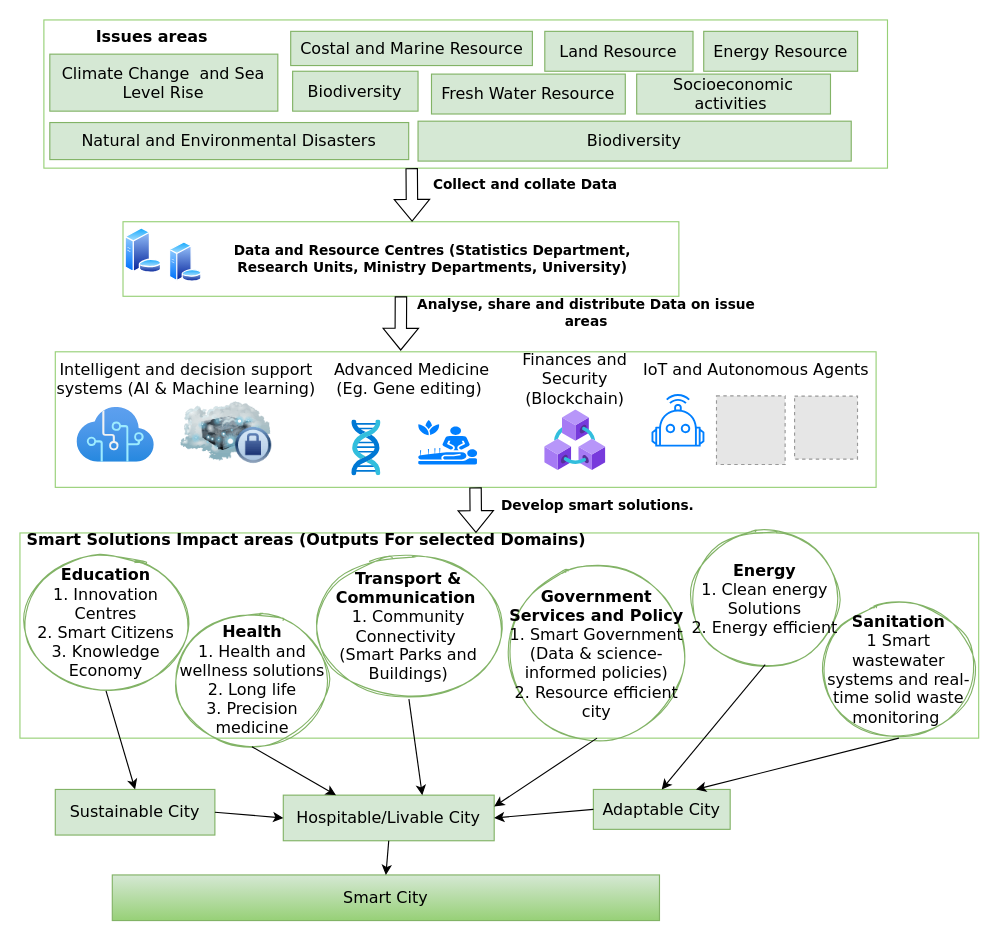
Kibolabs/Diagrams keeps this draw.io diagram as page "BarbudaSmart" (2 of 2) of SystemReasoningOverview.drawio. Above is the earlier version. Source tidied: cells renumbered, new cells numbered last; positions are measured from the earlier drawing's top-left corner, leaving out a move shared by most shapes. Both pictures are drawn from the tidied source at 114%, with x=0, y=0 at pixel (19, 19). Pictures stored in the file or linked from it are replaced by grey dashed boxes.
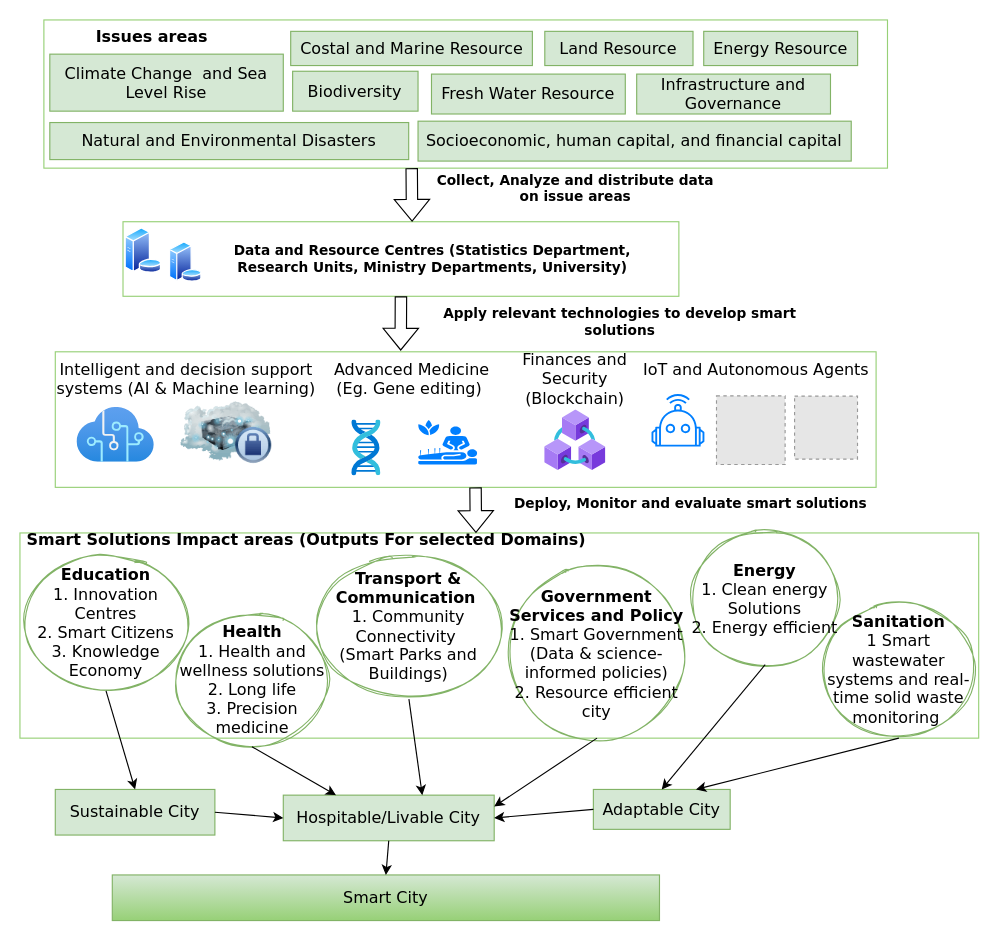
Above is the later version.

The edit, as a diff of the source:
```diff
@@
     <mxCell id="6" value="Climate Change &amp;nbsp;and Sea Level Rise" style="rounded=0;whiteSpace=wrap;html=1;fontFamily=Verdana;fontSize=14;fillColor=#d5e8d4;strokeColor=#82b366;" parent="1" vertex="1">
-      <mxGeometry x="26.2" y="30" width="200" height="50" as="geometry" />
+      <mxGeometry x="26.2" y="30" width="204.8" height="50" as="geometry" />
     </mxCell>
@@
     <mxCell id="14" value="Land Resource" style="rounded=0;whiteSpace=wrap;html=1;fontFamily=Verdana;fontSize=14;fillColor=#d5e8d4;strokeColor=#82b366;" parent="1" vertex="1">
-      <mxGeometry x="460.4" y="10" width="130" height="35" as="geometry" />
+      <mxGeometry x="460.4" y="10" width="130" height="30" as="geometry" />
     </mxCell>
     <mxCell id="15" value="Energy Resource" style="rounded=0;whiteSpace=wrap;html=1;fontFamily=Verdana;fontSize=14;fillColor=#d5e8d4;strokeColor=#82b366;" parent="1" vertex="1">
-      <mxGeometry x="599.8" y="10" width="135" height="35" as="geometry" />
+      <mxGeometry x="599.8" y="10" width="135" height="30" as="geometry" />
     </mxCell>
@@
-    <mxCell id="17" value="Socioeconomic activities&amp;nbsp;" style="rounded=0;whiteSpace=wrap;html=1;fontFamily=Verdana;fontSize=14;fillColor=#d5e8d4;strokeColor=#82b366;" parent="1" vertex="1">
+    <mxCell id="17" value="Infrastructure and Governance" style="rounded=0;whiteSpace=wrap;html=1;fontFamily=Verdana;fontSize=14;fillColor=#d5e8d4;strokeColor=#82b366;" parent="1" vertex="1">
       <mxGeometry x="541" y="47.5" width="170" height="35" as="geometry" />
     </mxCell>
@@
-    <mxCell id="53" value="Collect and collate Data" style="text;html=1;strokeColor=none;fillColor=none;align=center;verticalAlign=middle;whiteSpace=wrap;rounded=0;fontFamily=Verdana;fontStyle=1;" parent="1" vertex="1">
-      <mxGeometry x="326" y="130" width="235" height="30" as="geometry" />
+    <mxCell id="53" value="Collect, Analyze and distribute data on issue areas&lt;br&gt;&amp;nbsp;" style="text;html=1;strokeColor=none;fillColor=none;align=center;verticalAlign=middle;whiteSpace=wrap;rounded=0;fontFamily=Verdana;fontStyle=1;" parent="1" vertex="1">
+      <mxGeometry x="356" y="140" width="262.5" height="30" as="geometry" />
     </mxCell>
-    <mxCell id="54" value="Analyse, share and distribute Data on issue areas" style="text;html=1;strokeColor=none;fillColor=none;align=center;verticalAlign=middle;whiteSpace=wrap;rounded=0;fontFamily=Verdana;fontStyle=1;" parent="1" vertex="1">
-      <mxGeometry x="341" y="242.3" width="311.8" height="30" as="geometry" />
-    </mxCell>
-    <mxCell id="55" value="Develop smart solutions." style="text;html=1;strokeColor=none;fillColor=none;align=center;verticalAlign=middle;whiteSpace=wrap;rounded=0;fontFamily=Verdana;fontStyle=1;" parent="1" vertex="1">
-      <mxGeometry x="412.5" y="411.1" width="187.5" height="30" as="geometry" />
+    <mxCell id="55" value="Deploy, Monitor and evaluate smart solutions" style="text;html=1;strokeColor=none;fillColor=none;align=center;verticalAlign=middle;whiteSpace=wrap;rounded=0;fontFamily=Verdana;fontStyle=1;" parent="1" vertex="1">
+      <mxGeometry x="426.2" y="410" width="324.8" height="30" as="geometry" />
     </mxCell>
-    <mxCell id="56" value="Biodiversity" style="rounded=0;whiteSpace=wrap;html=1;fontFamily=Verdana;fontSize=14;fillColor=#d5e8d4;strokeColor=#82b366;" parent="1" vertex="1">
+    <mxCell id="56" value="Socioeconomic, human capital, and financial capital" style="rounded=0;whiteSpace=wrap;html=1;fontFamily=Verdana;fontSize=14;fillColor=#d5e8d4;strokeColor=#82b366;" parent="1" vertex="1">
       <mxGeometry x="349.2" y="88.8" width="380" height="35" as="geometry" />
     </mxCell>
+    <mxCell id="57" value="Apply relevant technologies to develop smart solutions" style="text;html=1;strokeColor=none;fillColor=none;align=center;verticalAlign=middle;whiteSpace=wrap;rounded=0;fontFamily=Verdana;fontStyle=1;" parent="1" vertex="1">
+      <mxGeometry x="352.2" y="250" width="348.8" height="30" as="geometry" />
+    </mxCell>
```
